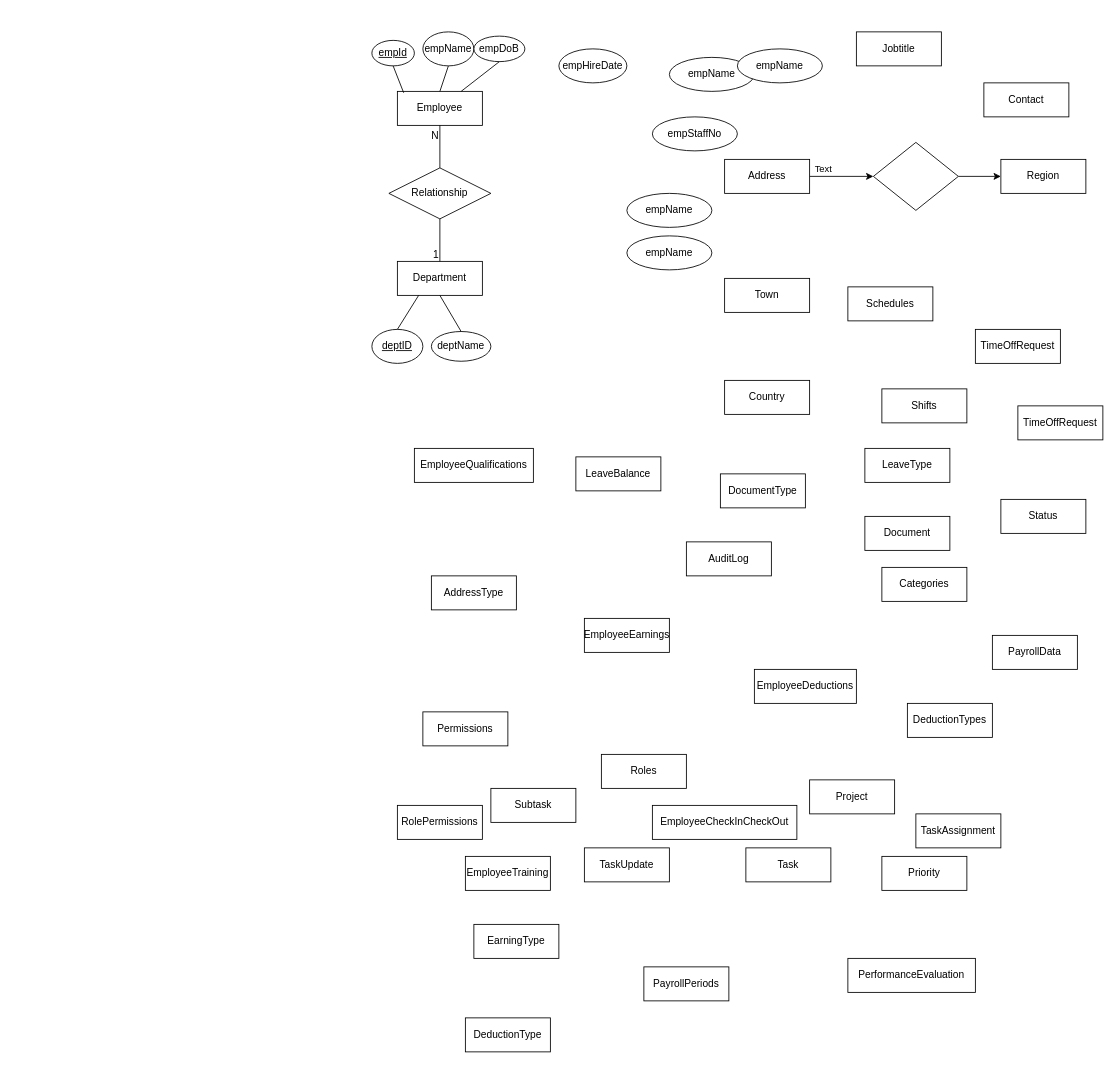
Adjanour/AfricodaHMS keeps this draw.io diagram as devsolutions.drawio. Above is the earlier version. Source tidied: cells renumbered, new cells numbered last; positions are measured from the earlier drawing's top-left corner, leaving out a move shared by most shapes. Both pictures are drawn from the tidied source at 85%, with x=0, y=0 at pixel (371, 31).
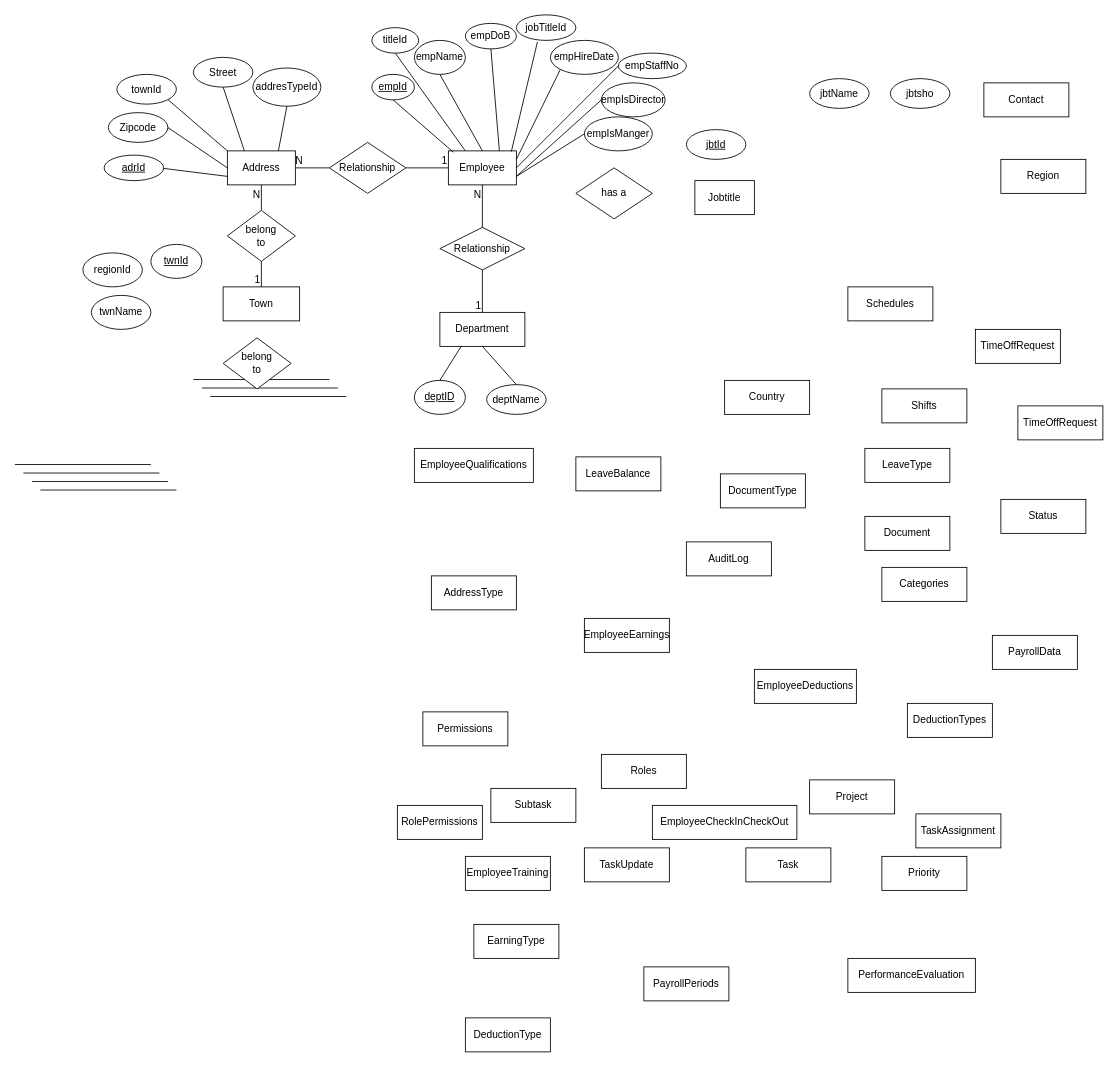
The same diagram, later.

The change refers to these unchanged cells:
```xml
<mxCell id="14" value="Region" style="whiteSpace=wrap;html=1;align=center;" parent="1" vertex="1">
  <mxGeometry x="740" y="150" width="100" height="40" as="geometry" />
</mxCell>
```

Diff of the diagram source:
```diff
@@
     <mxCell id="2" value="Employee" style="whiteSpace=wrap;html=1;align=center;" parent="1" vertex="1">
-      <mxGeometry x="30" y="70" width="100" height="40" as="geometry" />
+      <mxGeometry x="90" y="140" width="80" height="40" as="geometry" />
     </mxCell>
     <mxCell id="3" value="Department" style="whiteSpace=wrap;html=1;align=center;" parent="1" vertex="1">
-      <mxGeometry x="30" y="270" width="100" height="40" as="geometry" />
+      <mxGeometry x="80" y="330" width="100" height="40" as="geometry" />
     </mxCell>
     <mxCell id="4" value="Relationship" style="shape=rhombus;perimeter=rhombusPerimeter;whiteSpace=wrap;html=1;align=center;" parent="1" vertex="1">
-      <mxGeometry x="20" y="160" width="120" height="60" as="geometry" />
+      <mxGeometry x="80" y="230" width="100" height="50" as="geometry" />
     </mxCell>
@@
     <mxCell id="9" value="Jobtitle" style="whiteSpace=wrap;html=1;align=center;" parent="1" vertex="1">
-      <mxGeometry x="570" width="100" height="40" as="geometry" />
+      <mxGeometry x="380" y="175" width="70" height="40" as="geometry" />
     </mxCell>
-    <mxCell id="10" style="edgeStyle=orthogonalEdgeStyle;rounded=0;jettySize=auto;html=1;" parent="1" edge="1" source="12" target="50">
-      <mxGeometry relative="1" as="geometry" />
-    </mxCell>
-    <mxCell id="11" value="Text" style="edgeLabel;html=1;align=center;verticalAlign=middle;" parent="10" vertex="1">
-      <mxGeometry x="-0.47" y="-2" relative="1" as="geometry">
-        <mxPoint x="-5" y="-12" as="offset" />
-      </mxGeometry>
-    </mxCell>
     <mxCell id="12" value="Address" style="whiteSpace=wrap;html=1;align=center;" parent="1" vertex="1">
-      <mxGeometry x="415" y="150" width="100" height="40" as="geometry" />
+      <mxGeometry x="-170" y="140" width="80" height="40" as="geometry" />
     </mxCell>
@@
     <mxCell id="15" value="Town" style="whiteSpace=wrap;html=1;align=center;" parent="1" vertex="1">
-      <mxGeometry x="415" y="290" width="100" height="40" as="geometry" />
+      <mxGeometry x="-175" y="300" width="90" height="40" as="geometry" />
     </mxCell>
@@
-    <mxCell id="49" style="edgeStyle=orthogonalEdgeStyle;rounded=0;jettySize=auto;html=1;" parent="1" edge="1" source="50" target="14">
-      <mxGeometry relative="1" as="geometry" />
-    </mxCell>
-    <mxCell id="50" style="rhombus;whiteSpace=wrap;html=1;" parent="1" vertex="1">
-      <mxGeometry x="590" y="130" width="100" height="80" as="geometry" />
-    </mxCell>
     <mxCell id="51" value="empId" style="ellipse;whiteSpace=wrap;html=1;align=center;fontStyle=4;" parent="1" vertex="1">
-      <mxGeometry y="10" width="50" height="30" as="geometry" />
+      <mxGeometry y="50" width="50" height="30" as="geometry" />
     </mxCell>
     <mxCell id="52" value="empName" style="ellipse;whiteSpace=wrap;html=1;align=center;" parent="1" vertex="1">
-      <mxGeometry x="60" width="60" height="40" as="geometry" />
+      <mxGeometry x="50" y="10" width="60" height="40" as="geometry" />
     </mxCell>
     <mxCell id="53" value="empDoB" style="ellipse;whiteSpace=wrap;html=1;align=center;" parent="1" vertex="1">
-      <mxGeometry x="120" y="5" width="60" height="30" as="geometry" />
+      <mxGeometry x="110" y="-10" width="60" height="30" as="geometry" />
     </mxCell>
-    <mxCell id="54" value="empName" style="ellipse;whiteSpace=wrap;html=1;align=center;" parent="1" vertex="1">
-      <mxGeometry x="300" y="190" width="100" height="40" as="geometry" />
+    <mxCell id="54" value="empIsManger" style="ellipse;whiteSpace=wrap;html=1;align=center;" parent="1" vertex="1">
+      <mxGeometry x="250" y="100" width="80" height="40" as="geometry" />
     </mxCell>
-    <mxCell id="55" value="empName" style="ellipse;whiteSpace=wrap;html=1;align=center;" parent="1" vertex="1">
-      <mxGeometry x="350" y="30" width="100" height="40" as="geometry" />
+    <mxCell id="55" value="empIsDirector" style="ellipse;whiteSpace=wrap;html=1;align=center;" parent="1" vertex="1">
+      <mxGeometry x="270" y="60" width="75" height="40" as="geometry" />
     </mxCell>
     <mxCell id="56" value="empStaffNo" style="ellipse;whiteSpace=wrap;html=1;align=center;" parent="1" vertex="1">
-      <mxGeometry x="330" y="100" width="100" height="40" as="geometry" />
+      <mxGeometry x="290" y="25" width="80" height="30" as="geometry" />
     </mxCell>
-    <mxCell id="57" value="empName" style="ellipse;whiteSpace=wrap;html=1;align=center;" parent="1" vertex="1">
-      <mxGeometry x="300" y="240" width="100" height="40" as="geometry" />
+    <mxCell id="57" value="titleId" style="ellipse;whiteSpace=wrap;html=1;align=center;" parent="1" vertex="1">
+      <mxGeometry y="-5" width="55" height="30" as="geometry" />
     </mxCell>
-    <mxCell id="58" value="empName" style="ellipse;whiteSpace=wrap;html=1;align=center;" parent="1" vertex="1">
-      <mxGeometry x="430" y="20" width="100" height="40" as="geometry" />
+    <mxCell id="58" value="jobTitleId" style="ellipse;whiteSpace=wrap;html=1;align=center;" parent="1" vertex="1">
+      <mxGeometry x="170" y="-20" width="70" height="30" as="geometry" />
     </mxCell>
@@
     <mxCell id="62" value="deptID" style="ellipse;whiteSpace=wrap;html=1;align=center;fontStyle=4;" parent="1" vertex="1">
-      <mxGeometry y="350" width="60" height="40" as="geometry" />
+      <mxGeometry x="50" y="410" width="60" height="40" as="geometry" />
     </mxCell>
     <mxCell id="63" value="deptName" style="ellipse;whiteSpace=wrap;html=1;align=center;" parent="1" vertex="1">
-      <mxGeometry x="70" y="352.5" width="70" height="35" as="geometry" />
+      <mxGeometry x="135" y="415" width="70" height="35" as="geometry" />
     </mxCell>
     <mxCell id="64" value="empHireDate" style="ellipse;whiteSpace=wrap;html=1;align=center;" parent="1" vertex="1">
-      <mxGeometry x="220" y="20" width="80" height="40" as="geometry" />
+      <mxGeometry x="210" y="10" width="80" height="40" as="geometry" />
     </mxCell>
@@
+    <mxCell id="67" style="endArrow=none;html=1;rounded=0;exitX=0;exitY=1;exitDx=0;exitDy=0;entryX=1;entryY=0.25;entryDx=0;entryDy=0;" parent="1" edge="1" source="64" target="2">
+      <mxGeometry relative="1" as="geometry" />
+    </mxCell>
+    <mxCell id="68" style="endArrow=none;html=1;rounded=0;exitX=0;exitY=0.5;exitDx=0;exitDy=0;entryX=1;entryY=0.5;entryDx=0;entryDy=0;" parent="1" edge="1" source="56" target="2">
+      <mxGeometry relative="1" as="geometry" />
+    </mxCell>
+    <mxCell id="69" style="endArrow=none;html=1;rounded=0;exitX=0;exitY=0.5;exitDx=0;exitDy=0;entryX=1;entryY=0.75;entryDx=0;entryDy=0;" parent="1" edge="1" source="55" target="2">
+      <mxGeometry relative="1" as="geometry" />
+    </mxCell>
+    <mxCell id="70" style="endArrow=none;html=1;rounded=0;exitX=0.354;exitY=1.06;exitDx=0;exitDy=0;entryX=0.926;entryY=0.02;entryDx=0;entryDy=0;exitPerimeter=0;entryPerimeter=0;" parent="1" edge="1" source="58" target="2">
+      <mxGeometry relative="1" as="geometry" />
+    </mxCell>
+    <mxCell id="71" style="endArrow=none;html=1;rounded=0;entryX=0;entryY=0.5;entryDx=0;entryDy=0;" parent="1" edge="1" target="54">
+      <mxGeometry relative="1" as="geometry">
+        <mxPoint x="170" y="170" as="sourcePoint" />
+      </mxGeometry>
+    </mxCell>
+    <mxCell id="72" value="jbtsho" style="ellipse;whiteSpace=wrap;html=1;align=center;" parent="1" vertex="1">
+      <mxGeometry x="610" y="55" width="70" height="35" as="geometry" />
+    </mxCell>
+    <mxCell id="73" value="jbtName" style="ellipse;whiteSpace=wrap;html=1;align=center;" parent="1" vertex="1">
+      <mxGeometry x="515" y="55" width="70" height="35" as="geometry" />
+    </mxCell>
+    <mxCell id="74" value="addresTypeId" style="ellipse;whiteSpace=wrap;html=1;align=center;" parent="1" vertex="1">
+      <mxGeometry x="-140" y="42.5" width="80" height="45" as="geometry" />
+    </mxCell>
+    <mxCell id="75" value="Zipcode" style="ellipse;whiteSpace=wrap;html=1;align=center;" parent="1" vertex="1">
+      <mxGeometry x="-310" y="95" width="70" height="35" as="geometry" />
+    </mxCell>
+    <mxCell id="76" value="Street" style="ellipse;whiteSpace=wrap;html=1;align=center;" parent="1" vertex="1">
+      <mxGeometry x="-210" y="30" width="70" height="35" as="geometry" />
+    </mxCell>
+    <mxCell id="77" value="townId" style="ellipse;whiteSpace=wrap;html=1;align=center;" parent="1" vertex="1">
+      <mxGeometry x="-300" y="50" width="70" height="35" as="geometry" />
+    </mxCell>
+    <mxCell id="78" value="&lt;u&gt;jbtId&lt;/u&gt;" style="ellipse;whiteSpace=wrap;html=1;align=center;" parent="1" vertex="1">
+      <mxGeometry x="370" y="115" width="70" height="35" as="geometry" />
+    </mxCell>
+    <mxCell id="79" value="Relationship" style="shape=rhombus;perimeter=rhombusPerimeter;whiteSpace=wrap;html=1;align=center;" parent="1" vertex="1">
+      <mxGeometry x="-50" y="130" width="90" height="60" as="geometry" />
+    </mxCell>
+    <mxCell id="80" style="endArrow=none;html=1;rounded=0;entryX=1;entryY=0.5;entryDx=0;entryDy=0;" parent="1" edge="1" source="79" target="12">
+      <mxGeometry relative="1" as="geometry" />
+    </mxCell>
+    <mxCell id="81" value="N" style="html=1;whiteSpace=wrap;align=right;verticalAlign=bottom;" parent="80" vertex="1">
+      <mxGeometry x="1" relative="1" as="geometry">
+        <mxPoint x="10" as="offset" />
+      </mxGeometry>
+    </mxCell>
+    <mxCell id="82" style="endArrow=none;html=1;rounded=0;exitX=1;exitY=0.5;exitDx=0;exitDy=0;entryX=0;entryY=0.5;entryDx=0;entryDy=0;" parent="1" edge="1" source="79" target="2">
+      <mxGeometry relative="1" as="geometry" />
+    </mxCell>
+    <mxCell id="83" value="1" style="html=1;whiteSpace=wrap;align=right;verticalAlign=bottom;" parent="82" vertex="1">
+      <mxGeometry x="1" relative="1" as="geometry" />
+    </mxCell>
+    <mxCell id="84" style="endArrow=none;html=1;rounded=0;exitX=0.5;exitY=1;exitDx=0;exitDy=0;entryX=0.25;entryY=0;entryDx=0;entryDy=0;" parent="1" edge="1" source="76" target="12">
+      <mxGeometry relative="1" as="geometry" />
+    </mxCell>
+    <mxCell id="85" style="endArrow=none;html=1;rounded=0;exitX=1;exitY=1;exitDx=0;exitDy=0;entryX=0;entryY=0;entryDx=0;entryDy=0;" parent="1" edge="1" source="77" target="12">
+      <mxGeometry relative="1" as="geometry" />
+    </mxCell>
+    <mxCell id="86" style="endArrow=none;html=1;rounded=0;exitX=1;exitY=0.5;exitDx=0;exitDy=0;entryX=0;entryY=0.5;entryDx=0;entryDy=0;" parent="1" edge="1" source="75" target="12">
+      <mxGeometry relative="1" as="geometry" />
+    </mxCell>
+    <mxCell id="87" style="endArrow=none;html=1;rounded=0;exitX=0.929;exitY=0.5;exitDx=0;exitDy=0;entryX=0;entryY=0.75;entryDx=0;entryDy=0;exitPerimeter=0;" parent="1" edge="1" source="97" target="12">
+      <mxGeometry relative="1" as="geometry" />
+    </mxCell>
+    <mxCell id="88" style="endArrow=none;html=1;rounded=0;exitX=0.5;exitY=1;exitDx=0;exitDy=0;entryX=0.75;entryY=0;entryDx=0;entryDy=0;" parent="1" edge="1" source="74" target="12">
+      <mxGeometry relative="1" as="geometry" />
+    </mxCell>
+    <mxCell id="89" style="endArrow=none;html=1;rounded=0;exitX=0.5;exitY=1;exitDx=0;exitDy=0;entryX=0.25;entryY=0;entryDx=0;entryDy=0;" parent="1" edge="1" source="57" target="2">
+      <mxGeometry relative="1" as="geometry" />
+    </mxCell>
+    <mxCell id="90" value="belong&lt;div&gt;to&lt;/div&gt;" style="shape=rhombus;perimeter=rhombusPerimeter;whiteSpace=wrap;html=1;align=center;" parent="1" vertex="1">
+      <mxGeometry x="-170" y="210" width="80" height="60" as="geometry" />
+    </mxCell>
+    <mxCell id="91" style="endArrow=none;html=1;rounded=0;exitX=0.5;exitY=1;exitDx=0;exitDy=0;entryX=0.5;entryY=0;entryDx=0;entryDy=0;" parent="1" edge="1" source="90" target="15">
+      <mxGeometry relative="1" as="geometry" />
+    </mxCell>
+    <mxCell id="92" value="1" style="html=1;whiteSpace=wrap;align=right;verticalAlign=bottom;" parent="91" vertex="1">
+      <mxGeometry x="1" relative="1" as="geometry" />
+    </mxCell>
+    <mxCell id="93" style="endArrow=none;html=1;rounded=0;entryX=0.5;entryY=1;entryDx=0;entryDy=0;exitX=0.5;exitY=0;exitDx=0;exitDy=0;" parent="1" edge="1" source="90" target="12">
+      <mxGeometry relative="1" as="geometry" />
+    </mxCell>
+    <mxCell id="94" value="N" style="html=1;whiteSpace=wrap;align=right;verticalAlign=bottom;" parent="93" vertex="1">
+      <mxGeometry x="1" relative="1" as="geometry">
+        <mxPoint y="20" as="offset" />
+      </mxGeometry>
+    </mxCell>
+    <mxCell id="95" value="regionId" style="ellipse;whiteSpace=wrap;html=1;align=center;" parent="1" vertex="1">
+      <mxGeometry x="-340" y="260" width="70" height="40" as="geometry" />
+    </mxCell>
+    <mxCell id="96" value="twnId" style="ellipse;whiteSpace=wrap;html=1;align=center;fontStyle=4;" parent="1" vertex="1">
+      <mxGeometry x="-260" y="250" width="60" height="40" as="geometry" />
+    </mxCell>
+    <mxCell id="97" value="&lt;u&gt;adrId&lt;/u&gt;" style="ellipse;whiteSpace=wrap;html=1;align=center;" parent="1" vertex="1">
+      <mxGeometry x="-315" y="145" width="70" height="30" as="geometry" />
+    </mxCell>
+    <mxCell id="98" value="twnName" style="ellipse;whiteSpace=wrap;html=1;align=center;" parent="1" vertex="1">
+      <mxGeometry x="-330" y="310" width="70" height="40" as="geometry" />
+    </mxCell>
+    <mxCell id="99" style="endArrow=none;html=1;rounded=0;exitX=1;exitY=1;exitDx=0;exitDy=0;entryX=0.25;entryY=0;entryDx=0;entryDy=0;" parent="1" edge="1">
+      <mxGeometry relative="1" as="geometry">
+        <mxPoint x="-210" y="409" as="sourcePoint" />
+        <mxPoint x="-50" y="409" as="targetPoint" />
+      </mxGeometry>
+    </mxCell>
+    <mxCell id="100" style="endArrow=none;html=1;rounded=0;exitX=0.98;exitY=0.69;exitDx=0;exitDy=0;exitPerimeter=0;entryX=0;entryY=0.25;entryDx=0;entryDy=0;" parent="1" edge="1">
+      <mxGeometry relative="1" as="geometry">
+        <mxPoint x="-200" y="419" as="sourcePoint" />
+        <mxPoint x="-40" y="419" as="targetPoint" />
+      </mxGeometry>
+    </mxCell>
+    <mxCell id="101" style="endArrow=none;html=1;rounded=0;exitX=1;exitY=0.5;exitDx=0;exitDy=0;entryX=0;entryY=0.5;entryDx=0;entryDy=0;" parent="1" edge="1">
+      <mxGeometry relative="1" as="geometry">
+        <mxPoint x="-190" y="429" as="sourcePoint" />
+        <mxPoint x="-30" y="429" as="targetPoint" />
+      </mxGeometry>
+    </mxCell>
+    <mxCell id="102" style="endArrow=none;html=1;rounded=0;" parent="1" edge="1">
+      <mxGeometry relative="1" as="geometry">
+        <mxPoint x="-420" y="509" as="sourcePoint" />
+        <mxPoint x="-260" y="509" as="targetPoint" />
+      </mxGeometry>
+    </mxCell>
+    <mxCell id="103" style="endArrow=none;html=1;rounded=0;" parent="1" edge="1">
+      <mxGeometry relative="1" as="geometry">
+        <mxPoint x="-410" y="519" as="sourcePoint" />
+        <mxPoint x="-250" y="519" as="targetPoint" />
+      </mxGeometry>
+    </mxCell>
+    <mxCell id="104" style="endArrow=none;html=1;rounded=0;" parent="1" edge="1">
+      <mxGeometry relative="1" as="geometry">
+        <mxPoint x="-400" y="529" as="sourcePoint" />
+        <mxPoint x="-240" y="529" as="targetPoint" />
+      </mxGeometry>
+    </mxCell>
+    <mxCell id="105" style="endArrow=none;html=1;rounded=0;" parent="1" edge="1">
+      <mxGeometry relative="1" as="geometry">
+        <mxPoint x="-390" y="539" as="sourcePoint" />
+        <mxPoint x="-230" y="539" as="targetPoint" />
+      </mxGeometry>
+    </mxCell>
+    <mxCell id="106" value="belong&lt;div&gt;to&lt;/div&gt;" style="shape=rhombus;perimeter=rhombusPerimeter;whiteSpace=wrap;html=1;align=center;" parent="1" vertex="1">
+      <mxGeometry x="-175" y="360" width="80" height="60" as="geometry" />
+    </mxCell>
+    <mxCell id="107" value="has a" style="shape=rhombus;perimeter=rhombusPerimeter;whiteSpace=wrap;html=1;align=center;" parent="1" vertex="1">
+      <mxGeometry x="240" y="160" width="90" height="60" as="geometry" />
+    </mxCell>
```
